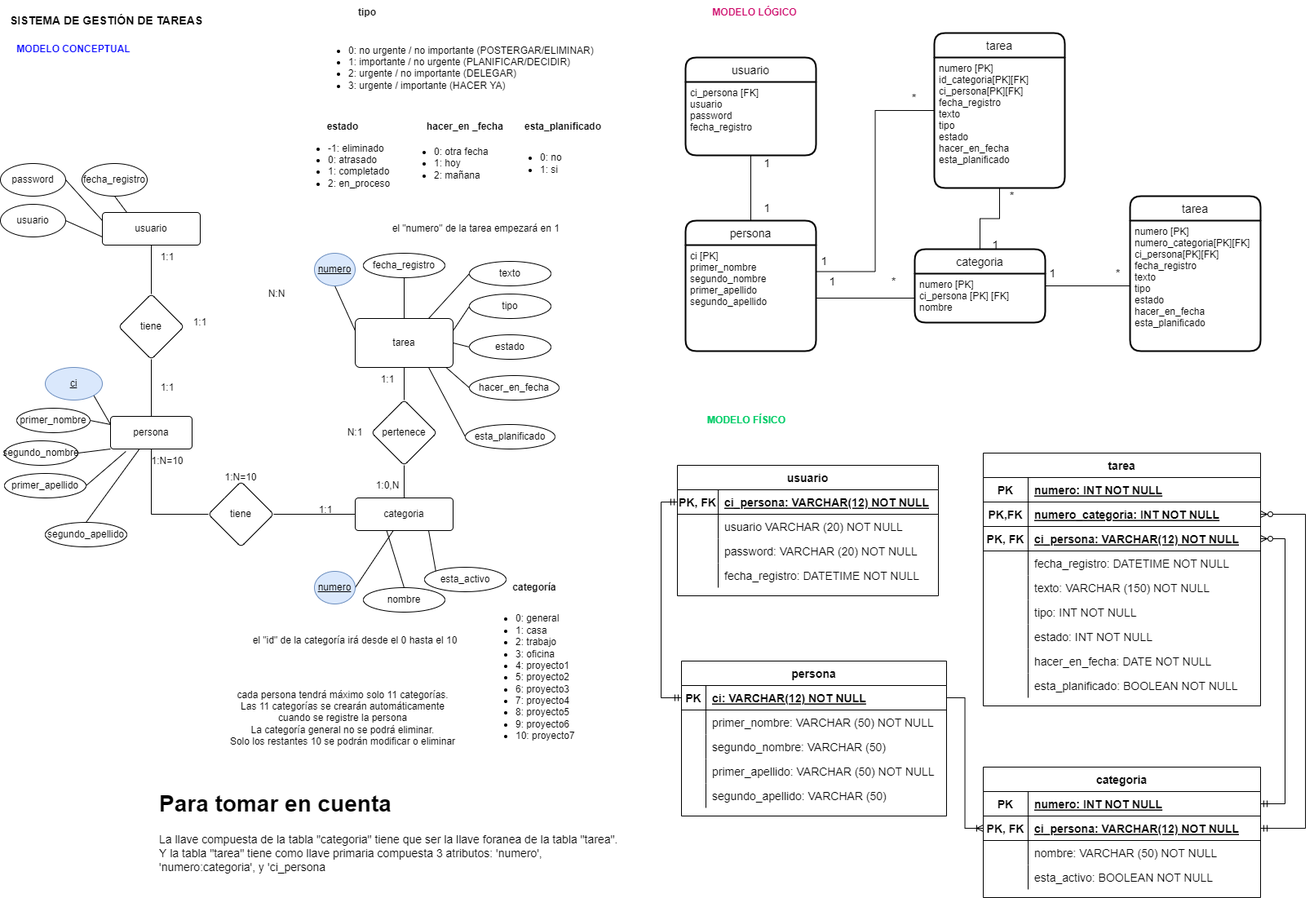
The draw.io diagram modelo_logico_y_fisico.png in German-G-M/gestion_de_tareas, before a commit. Source tidied: cells renumbered, new cells last; positions are measured from the earlier drawing's top-left corner, leaving out a move shared by most shapes.
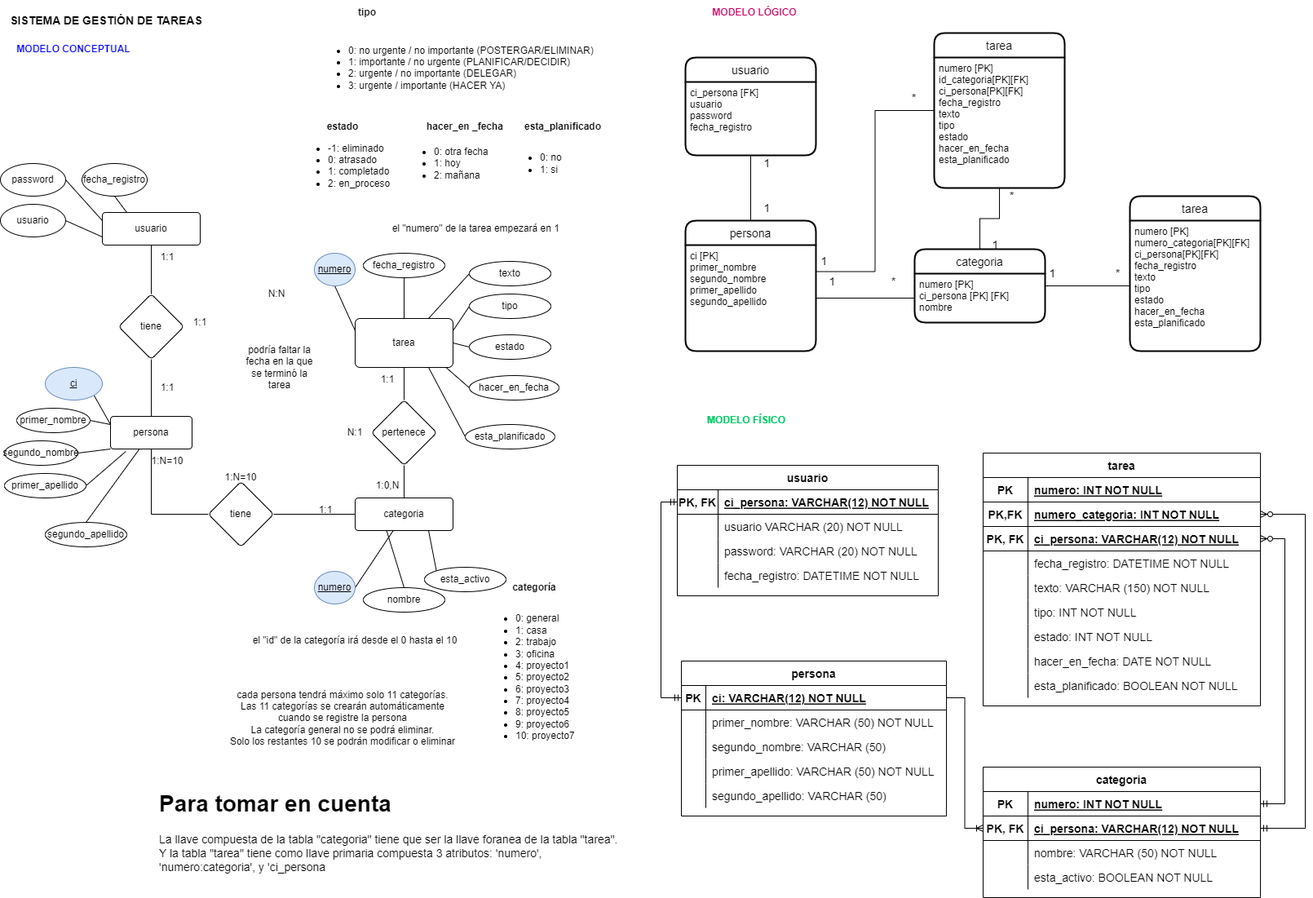
After the change.

The edit, as a diff of the source:
```diff
@@ -548,5 +548,8 @@
     <mxCell id="177" value="esta_activo" style="ellipse;whiteSpace=wrap;html=1;align=center;" parent="1" vertex="1">
       <mxGeometry x="520" y="695" width="100" height="30" as="geometry" />
     </mxCell>
+    <mxCell id="178" value="podría faltar la fecha en la que se terminó la tarea" style="text;html=1;strokeColor=none;fillColor=none;align=center;verticalAlign=middle;whiteSpace=wrap;rounded=0;" parent="1" vertex="1">
+      <mxGeometry x="300" y="410" width="85" height="80" as="geometry" />
+    </mxCell>
   </root>
 </mxGraphModel>
```
